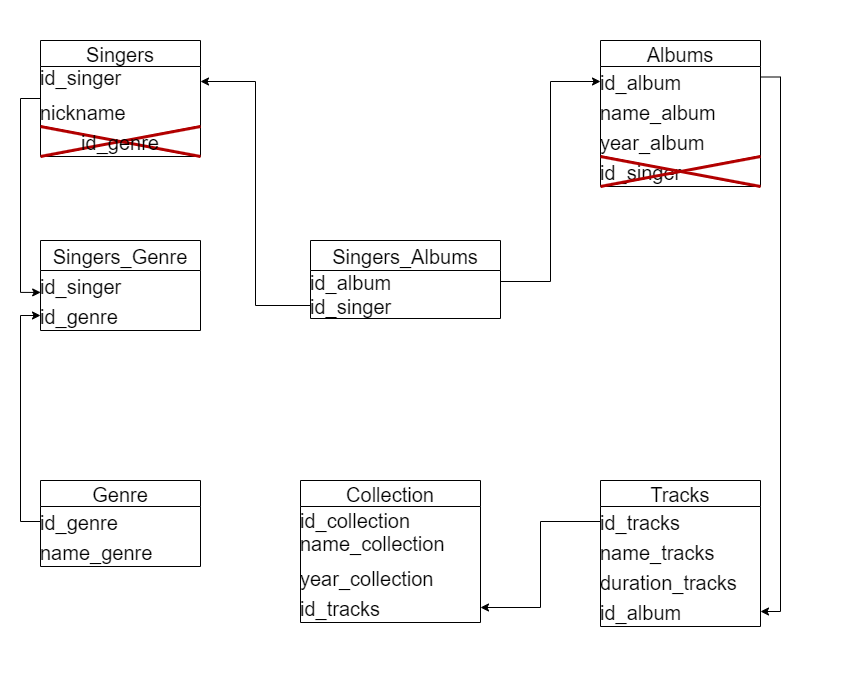
Before: Update BD/flowchart.png, a diagram exported from draw.io (AnastasiaLunina/SQL). Source tidied: cells renumbered, new cells last; positions are measured from the earlier drawing's top-left corner, leaving out a move shared by most shapes.
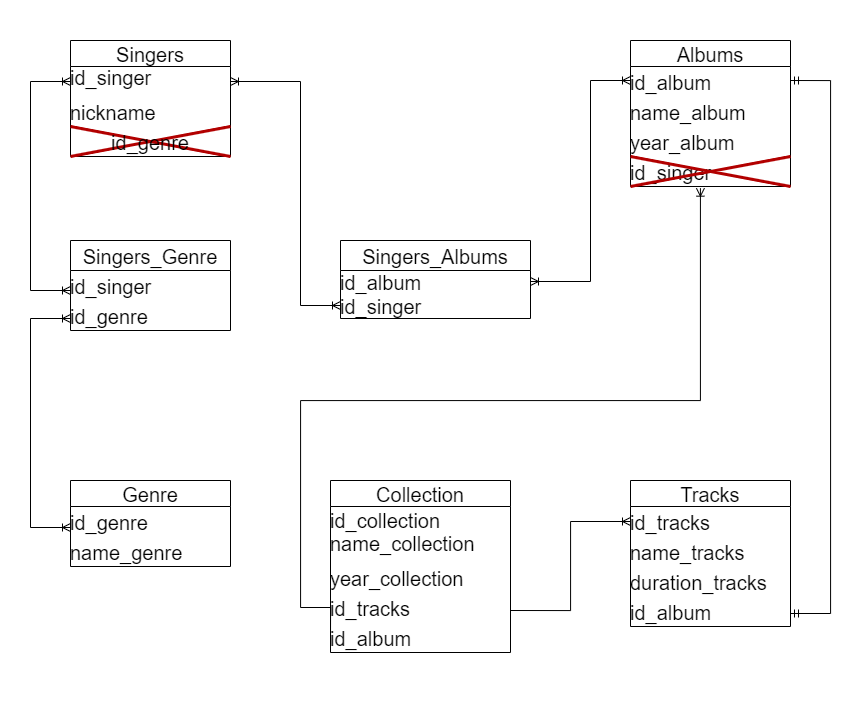
Later version of the same file.

Diff of the diagram source:
```diff
@@ -2,9 +2,6 @@
   <root>
     <mxCell id="0" />
     <mxCell id="1" parent="0" />
-    <mxCell id="2" style="edgeStyle=orthogonalEdgeStyle;rounded=0;jettySize=auto;exitX=0;exitY=0.5;exitDx=0;exitDy=0;entryX=0.001;entryY=-0.269;entryDx=0;entryDy=0;entryPerimeter=0;fontSize=20;swimlaneLine=1;labelBorderColor=none;spacingTop=0;spacing=0;spacingLeft=0;spacingBottom=0;verticalAlign=middle;labelBackgroundColor=none;" parent="1" edge="1" source="3" target="23">
-      <mxGeometry relative="1" as="geometry" />
-    </mxCell>
     <mxCell id="3" value="Singers" style="swimlane;fontStyle=0;horizontal=1;startSize=26;align=center;fontSize=20;labelBackgroundColor=none;swimlaneLine=1;labelBorderColor=none;spacingTop=0;spacing=0;spacingLeft=0;spacingBottom=0;verticalAlign=middle;" parent="1" vertex="1">
       <mxGeometry width="160" height="116" as="geometry" />
     </mxCell>
@@ -17,9 +14,6 @@
     <mxCell id="6" style="text;spacingLeft=0;spacingRight=4;overflow=hidden;fontSize=20;labelBackgroundColor=none;swimlaneLine=1;labelBorderColor=none;spacingTop=0;spacing=0;spacingBottom=0;verticalAlign=middle;" parent="3" vertex="1">
       <mxGeometry y="86" width="160" height="30" as="geometry" />
     </mxCell>
-    <mxCell id="7" style="edgeStyle=orthogonalEdgeStyle;rounded=0;jettySize=auto;exitX=1;exitY=0.25;exitDx=0;exitDy=0;entryX=1;entryY=0.5;entryDx=0;entryDy=0;fontSize=20;swimlaneLine=1;labelBorderColor=none;spacingTop=0;spacing=0;spacingLeft=0;spacingBottom=0;verticalAlign=middle;labelBackgroundColor=none;" parent="1" edge="1" source="8" target="17">
-      <mxGeometry relative="1" as="geometry" />
-    </mxCell>
     <mxCell id="8" value="Albums" style="swimlane;fontStyle=0;horizontal=1;startSize=26;align=center;fontSize=20;labelBackgroundColor=none;swimlaneLine=1;labelBorderColor=none;spacingTop=0;spacing=0;spacingLeft=0;spacingBottom=0;verticalAlign=middle;" parent="1" vertex="1">
       <mxGeometry x="560" width="160" height="146" as="geometry" />
     </mxCell>
@@ -65,15 +59,20 @@
     <mxCell id="22" value="id_singer" style="text;strokeColor=none;fillColor=none;spacingLeft=0;spacingRight=4;overflow=hidden;fontSize=20;swimlaneLine=1;labelBorderColor=none;spacingTop=0;spacing=0;spacingBottom=0;verticalAlign=middle;labelBackgroundColor=none;" parent="21" vertex="1">
       <mxGeometry y="30" width="160" height="30" as="geometry" />
     </mxCell>
+    <mxCell id="38" style="fontSize=12;html=1;endArrow=ERoneToMany;startArrow=ERoneToMany;rounded=0;edgeStyle=elbowEdgeStyle;entryX=0;entryY=0.5;entryDx=0;entryDy=0;" parent="21" edge="1" target="4">
+      <mxGeometry relative="1" as="geometry">
+        <mxPoint y="50" as="sourcePoint" />
+        <Array as="points">
+          <mxPoint x="-40" y="-50" />
+        </Array>
+      </mxGeometry>
+    </mxCell>
     <mxCell id="23" value="id_genre" style="text;strokeColor=none;fillColor=none;spacingLeft=0;spacingRight=4;overflow=hidden;points=[[0,0.5],[1,0.5]];portConstraint=eastwest;fontSize=20;swimlaneLine=1;labelBorderColor=none;spacingTop=0;spacing=0;spacingBottom=0;verticalAlign=middle;labelBackgroundColor=none;" parent="21" vertex="1">
       <mxGeometry y="60" width="160" height="30" as="geometry" />
     </mxCell>
     <mxCell id="24" value="id_genre" style="shape=umlDestroy;strokeWidth=3;fontSize=20;fillColor=#e51400;strokeColor=#B20000;fontColor=#000000;swimlaneLine=1;labelBorderColor=none;spacingTop=0;spacing=0;spacingLeft=0;spacingBottom=0;verticalAlign=middle;labelBackgroundColor=none;" parent="1" vertex="1">
       <mxGeometry y="86" width="160" height="30" as="geometry" />
     </mxCell>
-    <mxCell id="25" style="edgeStyle=orthogonalEdgeStyle;rounded=0;jettySize=auto;exitX=0;exitY=0.5;exitDx=0;exitDy=0;entryX=0;entryY=0.5;entryDx=0;entryDy=0;fontSize=20;swimlaneLine=1;labelBorderColor=none;spacingTop=0;spacing=0;spacingLeft=0;spacingBottom=0;verticalAlign=middle;labelBackgroundColor=none;" parent="1" edge="1" source="19" target="23">
-      <mxGeometry relative="1" as="geometry" />
-    </mxCell>
     <mxCell id="26" value="Singers_Albums" style="swimlane;fontStyle=0;horizontal=1;startSize=30;fillColor=none;fontSize=20;swimlaneLine=1;labelBorderColor=none;spacingTop=0;spacing=0;spacingLeft=0;spacingBottom=0;verticalAlign=middle;labelBackgroundColor=none;" parent="1" vertex="1">
       <mxGeometry x="270" y="200" width="190" height="78" as="geometry" />
     </mxCell>
@@ -84,7 +83,7 @@
       <mxGeometry y="52" width="190" height="26" as="geometry" />
     </mxCell>
     <mxCell id="29" value="Collection" style="swimlane;fontStyle=0;horizontal=1;startSize=26;align=center;fontSize=20;swimlaneLine=1;labelBorderColor=none;spacingTop=0;spacing=0;spacingLeft=0;spacingBottom=0;verticalAlign=middle;labelBackgroundColor=none;" parent="1" vertex="1">
-      <mxGeometry x="260" y="440" width="180" height="142" as="geometry" />
+      <mxGeometry x="260" y="440" width="180" height="172" as="geometry" />
     </mxCell>
     <mxCell id="30" value="id_collection" style="text;strokeColor=none;fillColor=none;spacingLeft=0;spacingRight=4;overflow=hidden;fontSize=20;swimlaneLine=1;labelBorderColor=none;spacingTop=0;spacing=0;spacingBottom=0;verticalAlign=middle;labelBackgroundColor=none;" parent="29" vertex="1">
       <mxGeometry y="26" width="180" height="26" as="geometry" />
@@ -98,17 +97,64 @@
     <mxCell id="33" value="id_tracks" style="text;strokeColor=none;fillColor=none;spacingLeft=0;spacingRight=4;overflow=hidden;points=[[0,0.5],[1,0.5]];portConstraint=eastwest;fontSize=20;swimlaneLine=1;labelBorderColor=none;spacingTop=0;spacing=0;spacingBottom=0;verticalAlign=middle;labelBackgroundColor=none;" parent="29" vertex="1">
       <mxGeometry y="112" width="180" height="30" as="geometry" />
     </mxCell>
+    <mxCell id="39" value="id_album" style="text;strokeColor=none;fillColor=none;spacingLeft=0;spacingRight=4;overflow=hidden;points=[[0,0.5],[1,0.5]];portConstraint=eastwest;fontSize=20;swimlaneLine=1;labelBorderColor=none;spacingTop=0;spacing=0;spacingBottom=0;verticalAlign=middle;labelBackgroundColor=none;" parent="29" vertex="1">
+      <mxGeometry y="142" width="180" height="30" as="geometry" />
+    </mxCell>
     <mxCell id="34" style="shape=umlDestroy;strokeWidth=3;fontSize=20;fillColor=#e51400;strokeColor=#B20000;fontColor=#ffffff;swimlaneLine=1;labelBorderColor=none;spacingTop=0;spacing=0;spacingLeft=0;spacingBottom=0;verticalAlign=middle;labelBackgroundColor=none;" parent="1" vertex="1">
       <mxGeometry x="560" y="116" width="160" height="30" as="geometry" />
     </mxCell>
-    <mxCell id="35" style="edgeStyle=orthogonalEdgeStyle;rounded=0;jettySize=auto;exitX=0;exitY=0.5;exitDx=0;exitDy=0;entryX=1;entryY=0.5;entryDx=0;entryDy=0;fontSize=20;swimlaneLine=1;labelBorderColor=none;spacingTop=0;spacing=0;spacingLeft=0;spacingBottom=0;verticalAlign=middle;labelBackgroundColor=none;" parent="1" edge="1" source="14" target="33">
-      <mxGeometry relative="1" as="geometry" />
-    </mxCell>
+    <mxCell id="40" style="fontSize=12;html=1;endArrow=ERoneToMany;startArrow=ERoneToMany;rounded=0;edgeStyle=elbowEdgeStyle;entryX=0;entryY=0.5;entryDx=0;entryDy=0;" parent="1" edge="1">
+      <mxGeometry relative="1" as="geometry">
+        <mxPoint y="487" as="sourcePoint" />
+        <mxPoint y="278" as="targetPoint" />
+        <Array as="points">
+          <mxPoint x="-40" y="387" />
+        </Array>
+      </mxGeometry>
+    </mxCell>
+    <mxCell id="41" style="fontSize=12;html=1;endArrow=ERoneToMany;startArrow=ERoneToMany;rounded=0;edgeStyle=elbowEdgeStyle;entryX=0;entryY=0.5;entryDx=0;entryDy=0;exitX=1;exitY=0.5;exitDx=0;exitDy=0;" parent="1" edge="1" source="27">
+      <mxGeometry relative="1" as="geometry">
+        <mxPoint x="560" y="40" as="targetPoint" />
+        <Array as="points">
+          <mxPoint x="520" y="149" />
+        </Array>
+      </mxGeometry>
+    </mxCell>
-    <mxCell id="36" style="edgeStyle=orthogonalEdgeStyle;rounded=0;jettySize=auto;html=0;exitX=0;exitY=0.5;exitDx=0;exitDy=0;entryX=1;entryY=0.5;entryDx=0;entryDy=0;labelBorderColor=none;fontSize=20;labelBackgroundColor=none;" parent="1" edge="1" source="28" target="4">
-      <mxGeometry relative="1" as="geometry" />
+    <mxCell id="36" style="fontSize=12;html=1;endArrow=ERoneToMany;startArrow=ERoneToMany;rounded=0;edgeStyle=elbowEdgeStyle;entryX=1;entryY=0.5;entryDx=0;entryDy=0;exitX=0;exitY=0.5;exitDx=0;exitDy=0;" parent="1" edge="1" source="28" target="4">
+      <mxGeometry relative="1" as="geometry">
+        <Array as="points">
+          <mxPoint x="230" y="159" />
+        </Array>
+      </mxGeometry>
     </mxCell>
-    <mxCell id="37" style="edgeStyle=orthogonalEdgeStyle;rounded=0;jettySize=auto;html=0;exitX=1;exitY=0.5;exitDx=0;exitDy=0;entryX=0;entryY=0.5;entryDx=0;entryDy=0;labelBorderColor=none;fontSize=20;labelBackgroundColor=none;" parent="1" edge="1" source="27" target="9">
-      <mxGeometry relative="1" as="geometry" />
-    </mxCell>
+    <mxCell id="42" style="edgeStyle=orthogonalEdgeStyle;fontSize=12;html=1;endArrow=ERoneToMany;rounded=0;entryX=0;entryY=0.5;entryDx=0;entryDy=0;" parent="1" edge="1" target="14">
+      <mxGeometry relative="1" as="geometry">
+        <mxPoint x="440" y="570" as="sourcePoint" />
+        <Array as="points">
+          <mxPoint x="500" y="570" />
+          <mxPoint x="500" y="481" />
+        </Array>
+      </mxGeometry>
+    </mxCell>
+    <mxCell id="43" style="edgeStyle=orthogonalEdgeStyle;fontSize=12;html=1;endArrow=ERoneToMany;rounded=0;entryX=0.437;entryY=1.056;entryDx=0;entryDy=0;entryPerimeter=0;exitX=0;exitY=0.5;exitDx=0;exitDy=0;" parent="1" edge="1" source="39" target="12">
+      <mxGeometry relative="1" as="geometry">
+        <Array as="points">
+          <mxPoint x="260" y="567" />
+          <mxPoint x="230" y="567" />
+          <mxPoint x="230" y="360" />
+          <mxPoint x="630" y="360" />
+        </Array>
+      </mxGeometry>
+    </mxCell>
+    <mxCell id="44" style="edgeStyle=orthogonalEdgeStyle;fontSize=12;html=1;endArrow=ERmandOne;startArrow=ERmandOne;rounded=0;" parent="1" edge="1">
+      <mxGeometry relative="1" as="geometry">
+        <mxPoint x="720" y="40" as="sourcePoint" />
+        <mxPoint x="720" y="573" as="targetPoint" />
+        <Array as="points">
+          <mxPoint x="760" y="40" />
+          <mxPoint x="760" y="573" />
+        </Array>
+      </mxGeometry>
+    </mxCell>
   </root>
 </mxGraphModel>
```
